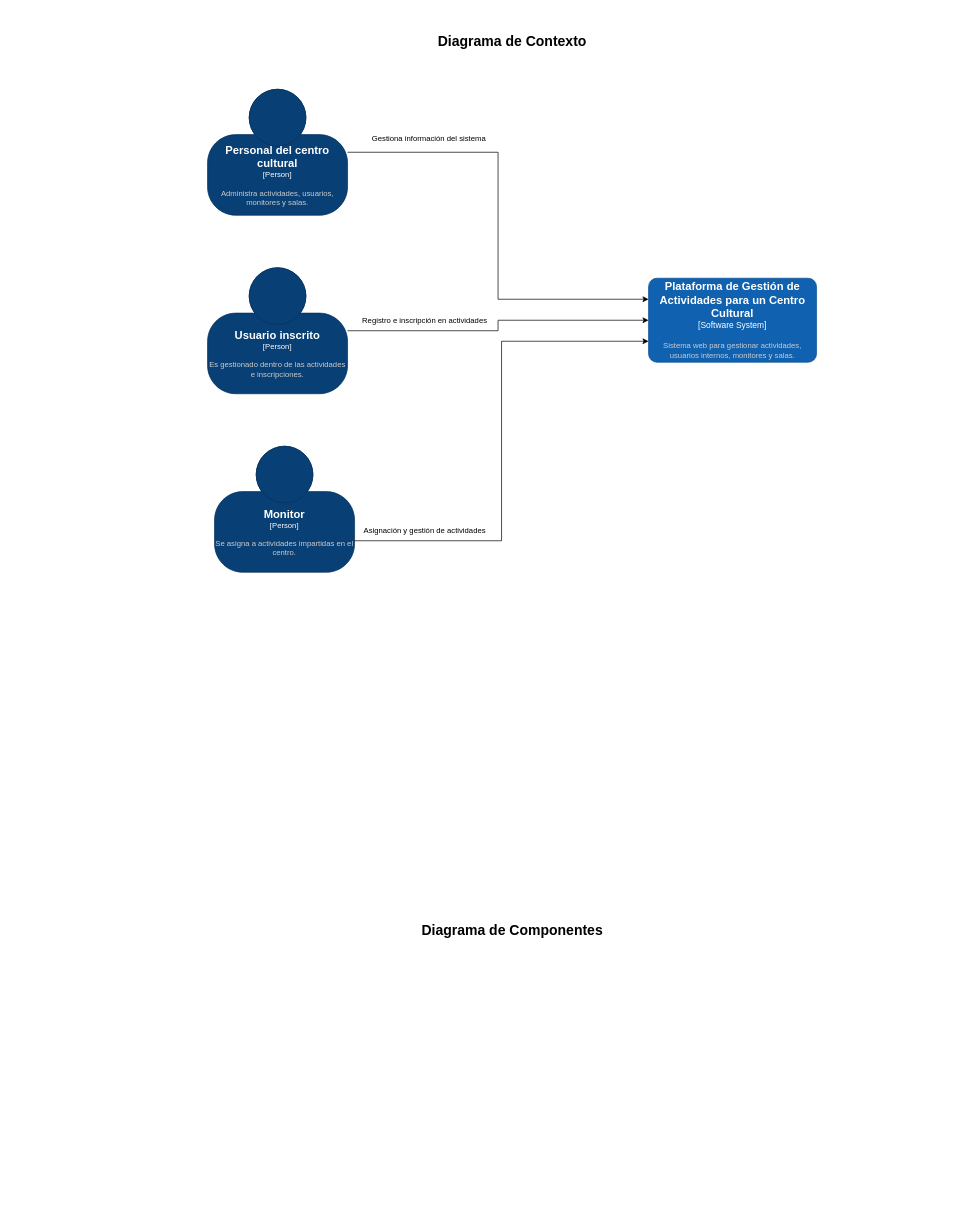
Earlier version of the draw.io diagram Parte_Teorica/Practica_Final.drawio (vmartinco/Practica_Final_Arquitectura_del_Software). Source tidied: cells renumbered, new cells numbered last; positions are measured from the earlier drawing's top-left corner, leaving out a move shared by most shapes. Both pictures are drawn from the tidied source at 70%, with x=0, y=0 at pixel (207, 12).
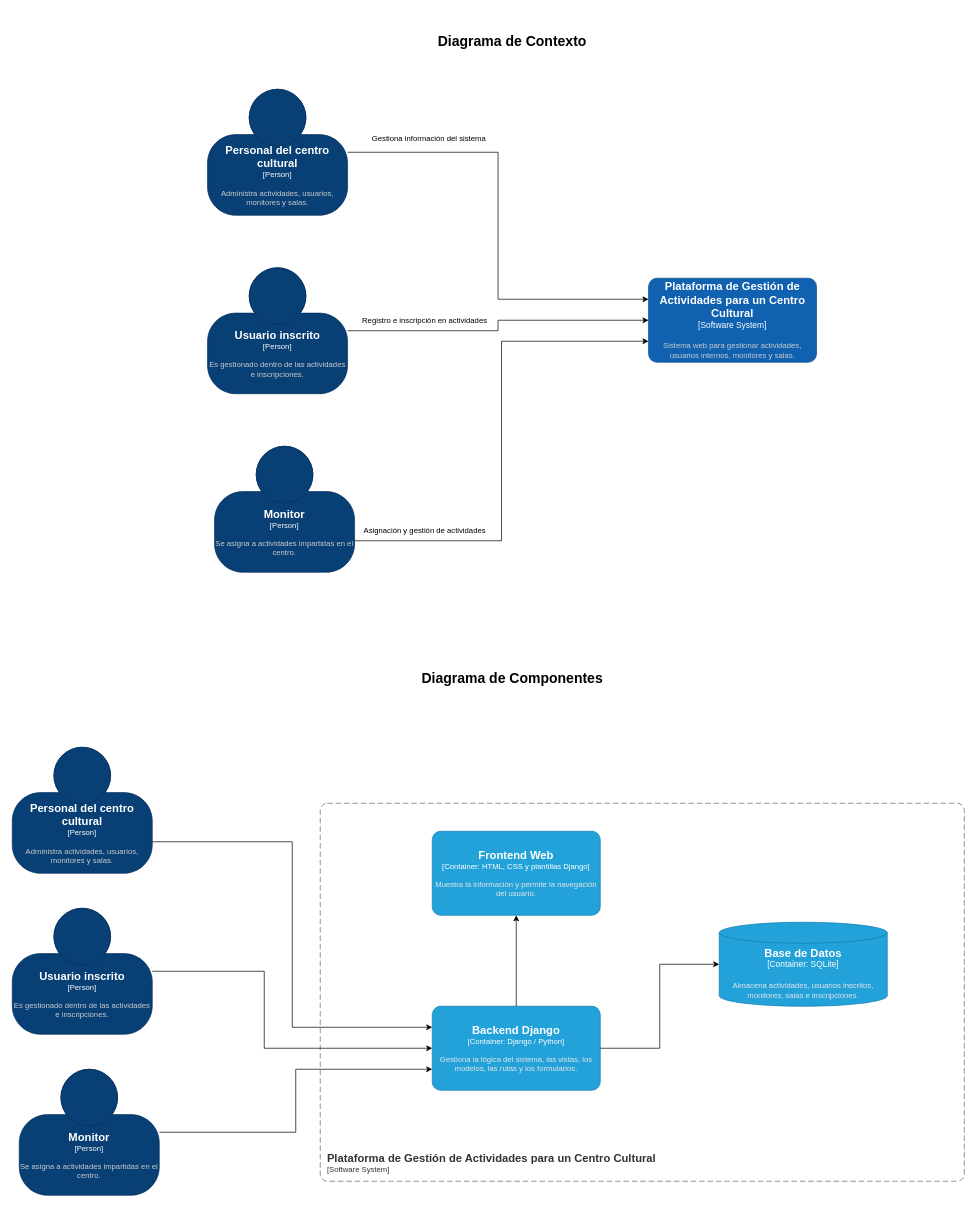
The same diagram, later.

Commit message:
Diagrama_Contenedores

What changed in the source:
```diff
@@
     <mxCell id="3" value="Diagrama de Componentes" style="text;strokeColor=none;fillColor=none;html=1;fontSize=20;fontStyle=1;verticalAlign=middle;align=center;autosizeText=1;" parent="1" vertex="1">
-      <mxGeometry x="290" y="1270" width="290" height="80" as="geometry" />
+      <mxGeometry x="290" y="910" width="290" height="80" as="geometry" />
     </mxCell>
@@
+    <object id="14" label="&lt;font style=&quot;font-size: 16px&quot;&gt;&lt;b&gt;&lt;div style=&quot;text-align: left&quot;&gt;%c4Name%&lt;/div&gt;&lt;/b&gt;&lt;/font&gt;&lt;div style=&quot;text-align: left&quot;&gt;[%c4Application%]&lt;/div&gt;" c4Application="Software System" c4Name="Plataforma de Gestión de Actividades para un Centro Cultural" placeholders="1">
+      <mxCell style="rounded=1;fontSize=11;whiteSpace=wrap;html=1;dashed=1;arcSize=20;fillColor=none;strokeColor=#666666;fontColor=#333333;labelBackgroundColor=none;align=left;verticalAlign=bottom;labelBorderColor=none;spacingTop=0;spacing=10;dashPattern=8 4;perimeter=rectanglePerimeter;noLabel=0;labelPadding=0;absoluteArcSize=1;" parent="1" vertex="1">
+        <mxGeometry x="161" y="1130" width="920" height="540" as="geometry" />
+      </mxCell>
+    </object>
+    <object id="15" label="&lt;font style=&quot;font-size: 16px&quot;&gt;&lt;b&gt;%c4Name%&lt;/b&gt;&lt;/font&gt;&lt;div&gt;[%c4Type%]&lt;/div&gt;&lt;br&gt;&lt;div&gt;&lt;font style=&quot;font-size: 11px&quot;&gt;&lt;font color=&quot;#cccccc&quot;&gt;%c4Description%&lt;/font&gt;&lt;/div&gt;" c4Description="Administra actividades, usuarios, monitores y salas." c4Name="Personal del centro cultural" c4Type="Person" placeholders="1">
+      <mxCell style="html=1;fontSize=11;dashed=0;whiteSpace=wrap;fillColor=#083F75;strokeColor=#06315C;fontColor=#ffffff;shape=mxgraph.c4.person2;align=center;points=[[0.5,0,0],[1,0.5,0],[1,0.75,0],[0.75,1,0],[0.5,1,0],[0.25,1,0],[0,0.75,0],[0,0.5,0]];" parent="1" vertex="1">
+        <mxGeometry x="-279" y="1050" width="200" height="180" as="geometry" />
+      </mxCell>
+    </object>
+    <object id="16" label="&lt;font style=&quot;font-size: 16px&quot;&gt;&lt;b&gt;%c4Name%&lt;/b&gt;&lt;/font&gt;&lt;div&gt;[%c4Type%]&lt;/div&gt;&lt;br&gt;&lt;div&gt;&lt;font style=&quot;font-size: 11px&quot;&gt;&lt;font color=&quot;#cccccc&quot;&gt;%c4Description%&lt;/font&gt;&lt;/div&gt;" c4Description="Es gestionado dentro de las actividades e inscripciones." c4Name="Usuario inscrito" c4Type="Person" placeholders="1">
+      <mxCell style="html=1;fontSize=11;dashed=0;whiteSpace=wrap;fillColor=#083F75;strokeColor=#06315C;fontColor=#ffffff;shape=mxgraph.c4.person2;align=center;points=[[0.5,0,0],[1,0.5,0],[1,0.75,0],[0.75,1,0],[0.5,1,0],[0.25,1,0],[0,0.75,0],[0,0.5,0]];" parent="1" vertex="1">
+        <mxGeometry x="-279" y="1280" width="200" height="180" as="geometry" />
+      </mxCell>
+    </object>
+    <object id="17" label="&lt;font style=&quot;font-size: 16px&quot;&gt;&lt;b&gt;%c4Name%&lt;/b&gt;&lt;/font&gt;&lt;div&gt;[%c4Type%]&lt;/div&gt;&lt;br&gt;&lt;div&gt;&lt;font style=&quot;font-size: 11px&quot;&gt;&lt;font color=&quot;#cccccc&quot;&gt;%c4Description%&lt;/font&gt;&lt;/div&gt;" c4Description="Se asigna a actividades impartidas en el centro." c4Name="Monitor" c4Type="Person" placeholders="1">
+      <mxCell style="html=1;fontSize=11;dashed=0;whiteSpace=wrap;fillColor=#083F75;strokeColor=#06315C;fontColor=#ffffff;shape=mxgraph.c4.person2;align=center;points=[[0.5,0,0],[1,0.5,0],[1,0.75,0],[0.75,1,0],[0.5,1,0],[0.25,1,0],[0,0.75,0],[0,0.5,0]];" parent="1" vertex="1">
+        <mxGeometry x="-269" y="1510" width="200" height="180" as="geometry" />
+      </mxCell>
+    </object>
+    <object id="18" label="&lt;font style=&quot;font-size: 16px&quot;&gt;&lt;b&gt;%c4Name%&lt;/b&gt;&lt;/font&gt;&lt;div&gt;[%c4Type%: %c4Technology%]&lt;/div&gt;&lt;br&gt;&lt;div&gt;&lt;font style=&quot;font-size: 11px&quot;&gt;&lt;font color=&quot;#E6E6E6&quot;&gt;%c4Description%&lt;/font&gt;&lt;/div&gt;" c4Description="Muestra la información y permite la navegación del usuario." c4Name="Frontend Web" c4Technology="HTML, CSS y plantillas Django" c4Type="Container" placeholders="1">
+      <mxCell style="rounded=1;whiteSpace=wrap;html=1;fontSize=11;labelBackgroundColor=none;fillColor=#23A2D9;fontColor=#ffffff;align=center;arcSize=10;strokeColor=#0E7DAD;points=[[0.25,0,0],[0.5,0,0],[0.75,0,0],[1,0.25,0],[1,0.5,0],[1,0.75,0],[0.75,1,0],[0.5,1,0],[0.25,1,0],[0,0.75,0],[0,0.5,0],[0,0.25,0]];" parent="1" vertex="1">
+        <mxGeometry x="321" y="1170" width="240" height="120" as="geometry" />
+      </mxCell>
+    </object>
+    <object id="19" label="&lt;font style=&quot;font-size: 16px&quot;&gt;&lt;b&gt;%c4Name%&lt;/b&gt;&lt;/font&gt;&lt;div&gt;[%c4Type%: %c4Technology%]&lt;/div&gt;&lt;br&gt;&lt;div&gt;&lt;font style=&quot;font-size: 11px&quot;&gt;&lt;font color=&quot;#E6E6E6&quot;&gt;%c4Description%&lt;/font&gt;&lt;/div&gt;" c4Description="Gestiona la lógica del sistema, las vistas, los modelos, las rutas y los formularios." c4Name="Backend Django" c4Technology="Django / Python" c4Type="Container" placeholders="1">
+      <mxCell style="rounded=1;whiteSpace=wrap;html=1;fontSize=11;labelBackgroundColor=none;fillColor=#23A2D9;fontColor=#ffffff;align=center;arcSize=10;strokeColor=#0E7DAD;points=[[0.25,0,0],[0.5,0,0],[0.75,0,0],[1,0.25,0],[1,0.5,0],[1,0.75,0],[0.75,1,0],[0.5,1,0],[0.25,1,0],[0,0.75,0],[0,0.5,0],[0,0.25,0]];" parent="1" vertex="1">
+        <mxGeometry x="321" y="1420" width="240" height="120" as="geometry" />
+      </mxCell>
+    </object>
+    <mxCell id="20" style="edgeStyle=orthogonalEdgeStyle;rounded=0;jettySize=auto;html=1;exitX=1;exitY=0.75;exitDx=0;exitDy=0;exitPerimeter=0;entryX=0;entryY=0.25;entryDx=0;entryDy=0;entryPerimeter=0;" parent="1" edge="1" source="15" target="19">
+      <mxGeometry relative="1" as="geometry" />
+    </mxCell>
+    <mxCell id="21" style="edgeStyle=orthogonalEdgeStyle;rounded=0;jettySize=auto;html=1;exitX=1;exitY=0.5;exitDx=0;exitDy=0;exitPerimeter=0;entryX=0;entryY=0.5;entryDx=0;entryDy=0;entryPerimeter=0;" parent="1" edge="1" source="16" target="19">
+      <mxGeometry relative="1" as="geometry">
+        <Array as="points">
+          <mxPoint x="81" y="1370" />
+          <mxPoint x="81" y="1480" />
+        </Array>
+      </mxGeometry>
+    </mxCell>
+    <mxCell id="22" style="edgeStyle=orthogonalEdgeStyle;rounded=0;jettySize=auto;html=1;exitX=1;exitY=0.5;exitDx=0;exitDy=0;exitPerimeter=0;entryX=0;entryY=0.75;entryDx=0;entryDy=0;entryPerimeter=0;" parent="1" edge="1" source="17" target="19">
+      <mxGeometry relative="1" as="geometry" />
+    </mxCell>
+    <mxCell id="23" style="edgeStyle=orthogonalEdgeStyle;rounded=0;jettySize=auto;html=1;exitX=0.5;exitY=0;exitDx=0;exitDy=0;exitPerimeter=0;entryX=0.5;entryY=1;entryDx=0;entryDy=0;entryPerimeter=0;" parent="1" edge="1" source="19" target="18">
+      <mxGeometry relative="1" as="geometry" />
+    </mxCell>
+    <object id="24" label="&lt;font style=&quot;font-size: 16px&quot;&gt;&lt;b&gt;%c4Name%&lt;/b&gt;&lt;/font&gt;&lt;div&gt;[%c4Type%:&amp;nbsp;%c4Technology%]&lt;/div&gt;&lt;br&gt;&lt;div&gt;&lt;font style=&quot;font-size: 11px&quot;&gt;&lt;font color=&quot;#E6E6E6&quot;&gt;%c4Description%&lt;/font&gt;&lt;/div&gt;" c4Description="Almacena actividades, usuarios inscritos, monitores, salas e inscripciones." c4Name="Base de Datos" c4Technology="SQLite" c4Type="Container" placeholders="1">
+      <mxCell style="shape=cylinder3;size=15;whiteSpace=wrap;html=1;boundedLbl=1;rounded=0;labelBackgroundColor=none;fillColor=#23A2D9;fontSize=12;fontColor=#ffffff;align=center;strokeColor=#0E7DAD;points=[[0.5,0,0],[1,0.25,0],[1,0.5,0],[1,0.75,0],[0.5,1,0],[0,0.75,0],[0,0.5,0],[0,0.25,0]];" parent="1" vertex="1">
+        <mxGeometry x="731" y="1300" width="240" height="120" as="geometry" />
+      </mxCell>
+    </object>
+    <mxCell id="25" style="edgeStyle=orthogonalEdgeStyle;rounded=0;jettySize=auto;html=1;exitX=1;exitY=0.5;exitDx=0;exitDy=0;exitPerimeter=0;entryX=0;entryY=0.5;entryDx=0;entryDy=0;entryPerimeter=0;" parent="1" edge="1" source="19" target="24">
+      <mxGeometry relative="1" as="geometry" />
+    </mxCell>
```
